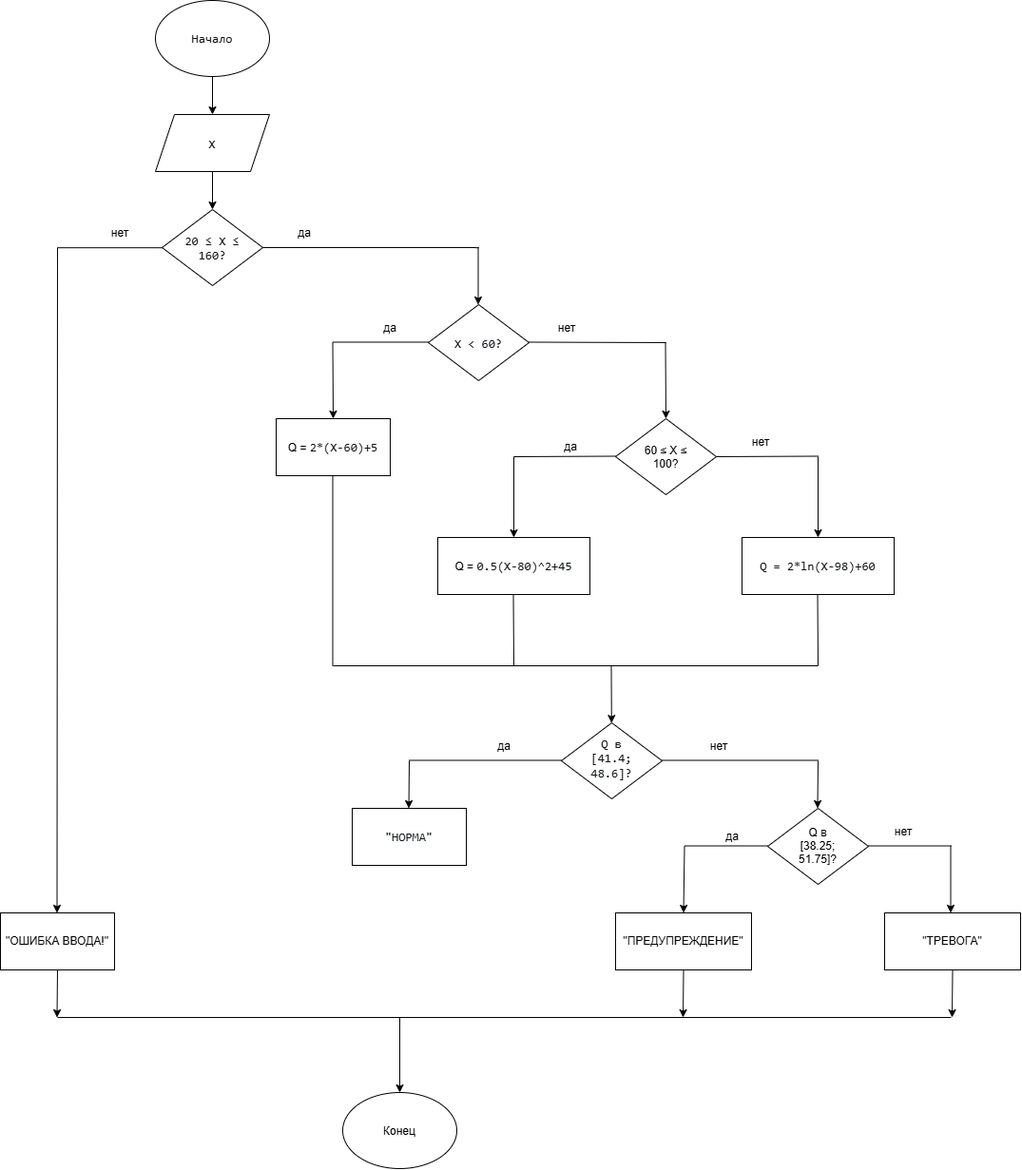
This is calculationandcontrol.drawio.png from 1izax/reactor-monitoring-variant-37, a draw.io export, as it was before one commit. Source tidied: cells renumbered, new cells last; positions are measured from the earlier drawing's top-left corner, leaving out a move shared by most shapes.
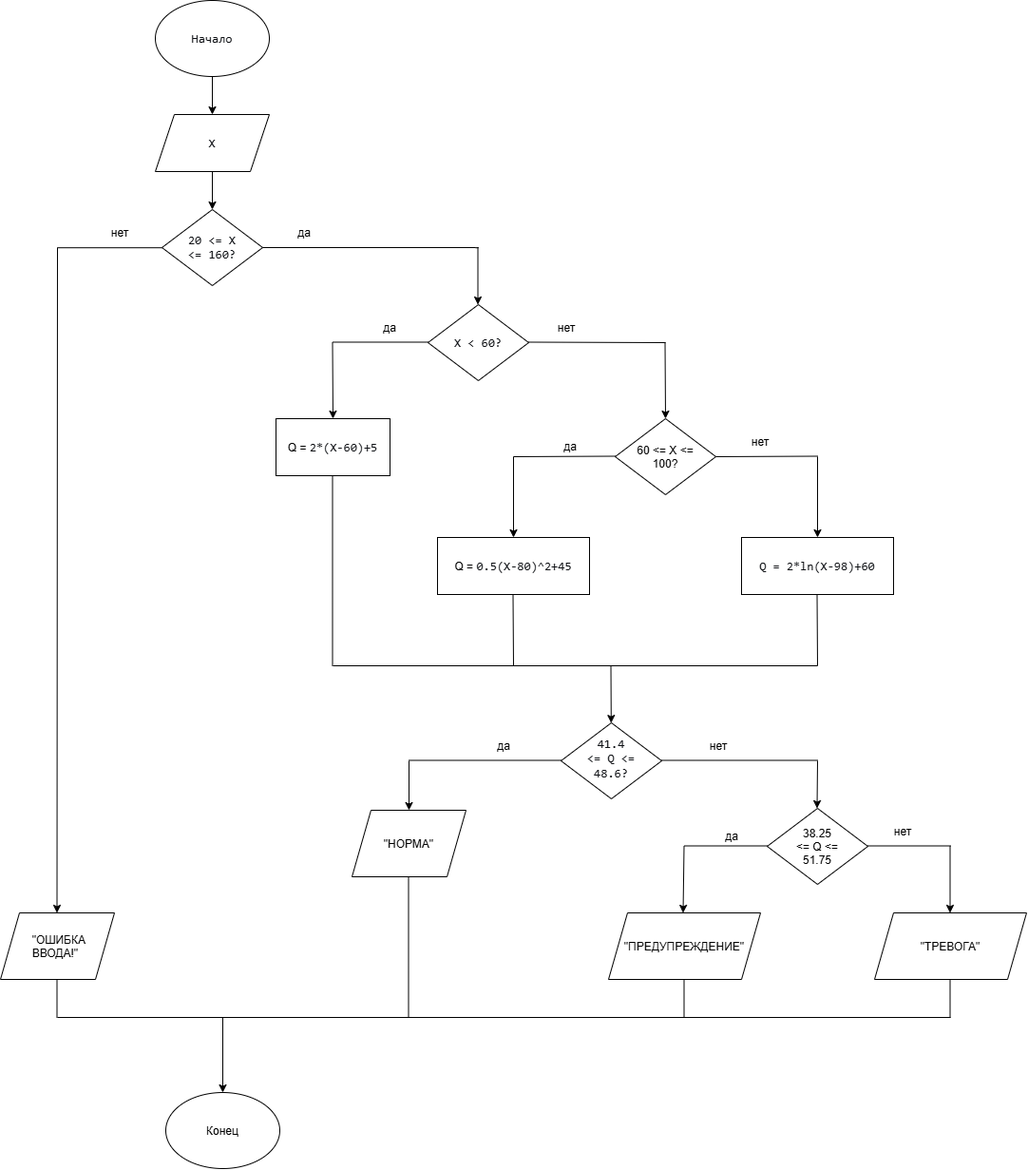
Above is the later version.

Change to the diagram source:
```diff
@@ -14,7 +14,7 @@
     <mxCell id="5" value="&lt;span style=&quot;color: light-dark(rgb(15, 17, 21), rgb(222, 223, 227)); font-family: Menlo, Monaco, Consolas, &amp;quot;Cascadia Mono&amp;quot;, &amp;quot;Ubuntu Mono&amp;quot;, &amp;quot;DejaVu Sans Mono&amp;quot;, &amp;quot;Liberation Mono&amp;quot;, &amp;quot;JetBrains Mono&amp;quot;, &amp;quot;Fira Code&amp;quot;, Cousine, &amp;quot;Roboto Mono&amp;quot;, &amp;quot;Courier New&amp;quot;, Courier, sans-serif, system-ui; font-size: 13px; text-align: start; white-space: pre-wrap; text-decoration-line: inherit; background-color: transparent;&quot;&gt;X&lt;/span&gt;" style="shape=parallelogram;perimeter=parallelogramPerimeter;whiteSpace=wrap;html=1;shapeInside=1;fixedSize=1;" parent="1" vertex="1">
       <mxGeometry x="163" y="120" width="120" height="60" as="geometry" />
     </mxCell>
-    <mxCell id="6" value="&lt;span style=&quot;color: rgb(15, 17, 21); font-family: Menlo, Monaco, Consolas, &amp;quot;Cascadia Mono&amp;quot;, &amp;quot;Ubuntu Mono&amp;quot;, &amp;quot;DejaVu Sans Mono&amp;quot;, &amp;quot;Liberation Mono&amp;quot;, &amp;quot;JetBrains Mono&amp;quot;, &amp;quot;Fira Code&amp;quot;, Cousine, &amp;quot;Roboto Mono&amp;quot;, &amp;quot;Courier New&amp;quot;, Courier, sans-serif, system-ui; font-size: 13px; text-align: start; white-space: pre-wrap; text-decoration-line: inherit; background-color: transparent;&quot;&gt;20 ≤ X ≤ 160?&lt;/span&gt;" style="rhombus;whiteSpace=wrap;html=1;shapeInside=1;" parent="1" vertex="1">
+    <mxCell id="6" value="&lt;span style=&quot;color: rgb(15, 17, 21); font-family: Menlo, Monaco, Consolas, &amp;quot;Cascadia Mono&amp;quot;, &amp;quot;Ubuntu Mono&amp;quot;, &amp;quot;DejaVu Sans Mono&amp;quot;, &amp;quot;Liberation Mono&amp;quot;, &amp;quot;JetBrains Mono&amp;quot;, &amp;quot;Fira Code&amp;quot;, Cousine, &amp;quot;Roboto Mono&amp;quot;, &amp;quot;Courier New&amp;quot;, Courier, sans-serif, system-ui; font-size: 13px; text-align: start; white-space: pre-wrap; text-decoration-line: inherit; background-color: transparent;&quot;&gt;20 &amp;lt;= X &amp;lt;= 160?&lt;/span&gt;" style="rhombus;whiteSpace=wrap;html=1;shapeInside=1;" parent="1" vertex="1">
       <mxGeometry x="170" y="220" width="106" height="80" as="geometry" />
     </mxCell>
     <mxCell id="7" value="&lt;span style=&quot;color: rgb(15, 17, 21); font-family: Menlo, Monaco, Consolas, &amp;quot;Cascadia Mono&amp;quot;, &amp;quot;Ubuntu Mono&amp;quot;, &amp;quot;DejaVu Sans Mono&amp;quot;, &amp;quot;Liberation Mono&amp;quot;, &amp;quot;JetBrains Mono&amp;quot;, &amp;quot;Fira Code&amp;quot;, Cousine, &amp;quot;Roboto Mono&amp;quot;, &amp;quot;Courier New&amp;quot;, Courier, sans-serif, system-ui; font-size: 13px; text-align: start; white-space: pre-wrap; text-decoration-line: inherit; background-color: transparent;&quot;&gt;X &amp;lt; 60?&lt;/span&gt;" style="rhombus;whiteSpace=wrap;html=1;shapeInside=1;" parent="1" vertex="1">
@@ -23,7 +23,7 @@
     <mxCell id="8" value="Q =&amp;nbsp;&lt;span style=&quot;color: rgb(15, 17, 21); font-family: Menlo, Monaco, Consolas, &amp;quot;Cascadia Mono&amp;quot;, &amp;quot;Ubuntu Mono&amp;quot;, &amp;quot;DejaVu Sans Mono&amp;quot;, &amp;quot;Liberation Mono&amp;quot;, &amp;quot;JetBrains Mono&amp;quot;, &amp;quot;Fira Code&amp;quot;, Cousine, &amp;quot;Roboto Mono&amp;quot;, &amp;quot;Courier New&amp;quot;, Courier, sans-serif, system-ui; font-size: 13px; text-align: start; white-space: pre-wrap; background-color: transparent;&quot;&gt;2*(X-60)+5&lt;/span&gt;" style="rounded=0;whiteSpace=wrap;html=1;" parent="1" vertex="1">
       <mxGeometry x="290" y="440" width="120" height="60" as="geometry" />
     </mxCell>
-    <mxCell id="9" value="60 ≤ X ≤ 100?" style="rhombus;whiteSpace=wrap;html=1;shapeInside=1;" parent="1" vertex="1">
+    <mxCell id="9" value="60 &amp;lt;= X &amp;lt;= 100?" style="rhombus;whiteSpace=wrap;html=1;shapeInside=1;" parent="1" vertex="1">
       <mxGeometry x="647" y="440" width="106" height="80" as="geometry" />
     </mxCell>
     <mxCell id="10" value="Q =&amp;nbsp;&lt;span style=&quot;color: rgb(15, 17, 21); font-family: Menlo, Monaco, Consolas, &amp;quot;Cascadia Mono&amp;quot;, &amp;quot;Ubuntu Mono&amp;quot;, &amp;quot;DejaVu Sans Mono&amp;quot;, &amp;quot;Liberation Mono&amp;quot;, &amp;quot;JetBrains Mono&amp;quot;, &amp;quot;Fira Code&amp;quot;, Cousine, &amp;quot;Roboto Mono&amp;quot;, &amp;quot;Courier New&amp;quot;, Courier, sans-serif, system-ui; font-size: 13px; text-align: start; white-space: pre-wrap; background-color: transparent;&quot;&gt;0.5(X-80)^2+45&lt;/span&gt;" style="rounded=0;whiteSpace=wrap;html=1;" parent="1" vertex="1">
@@ -116,29 +116,17 @@
         <mxPoint x="859.5" y="625" as="targetPoint" />
       </mxGeometry>
     </mxCell>
-    <mxCell id="27" value="&lt;span style=&quot;color: rgb(15, 17, 21); font-family: Menlo, Monaco, Consolas, &amp;quot;Cascadia Mono&amp;quot;, &amp;quot;Ubuntu Mono&amp;quot;, &amp;quot;DejaVu Sans Mono&amp;quot;, &amp;quot;Liberation Mono&amp;quot;, &amp;quot;JetBrains Mono&amp;quot;, &amp;quot;Fira Code&amp;quot;, Cousine, &amp;quot;Roboto Mono&amp;quot;, &amp;quot;Courier New&amp;quot;, Courier, sans-serif, system-ui; font-size: 13px; text-align: start; white-space: pre-wrap; text-decoration-line: inherit; background-color: transparent;&quot;&gt;Q в [41.4; 48.6]?&lt;/span&gt;" style="rhombus;whiteSpace=wrap;html=1;shapeInside=1;" parent="1" vertex="1">
+    <mxCell id="27" value="&lt;span style=&quot;color: rgb(15, 17, 21); font-family: Menlo, Monaco, Consolas, &amp;quot;Cascadia Mono&amp;quot;, &amp;quot;Ubuntu Mono&amp;quot;, &amp;quot;DejaVu Sans Mono&amp;quot;, &amp;quot;Liberation Mono&amp;quot;, &amp;quot;JetBrains Mono&amp;quot;, &amp;quot;Fira Code&amp;quot;, Cousine, &amp;quot;Roboto Mono&amp;quot;, &amp;quot;Courier New&amp;quot;, Courier, sans-serif, system-ui; font-size: 13px; text-align: start; white-space: pre-wrap; text-decoration-line: inherit; background-color: transparent;&quot;&gt;41.4 &amp;lt;= Q &amp;lt;= 48.6?&lt;/span&gt;" style="rhombus;whiteSpace=wrap;html=1;shapeInside=1;" parent="1" vertex="1">
       <mxGeometry x="590" y="760" width="106" height="80" as="geometry" />
     </mxCell>
-    <mxCell id="28" value="&lt;pre style=&quot;font-style: normal; font-variant: normal; font-size-adjust: none; font-language-override: normal; font-kerning: auto; font-optical-sizing: auto; font-feature-settings: normal; font-variation-settings: normal; font-stretch: normal; font-size: 13px; line-height: 22px; font-family: Menlo, Monaco, Consolas, &amp;quot;Cascadia Mono&amp;quot;, &amp;quot;Ubuntu Mono&amp;quot;, &amp;quot;DejaVu Sans Mono&amp;quot;, &amp;quot;Liberation Mono&amp;quot;, &amp;quot;JetBrains Mono&amp;quot;, &amp;quot;Fira Code&amp;quot;, Cousine, &amp;quot;Roboto Mono&amp;quot;, &amp;quot;Courier New&amp;quot;, Courier, sans-serif, system-ui; overflow: auto; white-space: pre-wrap; word-break: break-all; padding: 16px; color: rgb(15, 17, 21); text-align: start; margin: 0px !important;&quot;&gt;&quot;НОРМА&quot;&lt;/pre&gt;" style="rounded=0;whiteSpace=wrap;html=1;" parent="1" vertex="1">
-      <mxGeometry x="370" y="850" width="120" height="60" as="geometry" />
-    </mxCell>
-    <mxCell id="29" value="Q в [38.25; 51.75]?" style="rhombus;whiteSpace=wrap;html=1;shapeInside=1;" parent="1" vertex="1">
+    <mxCell id="29" value="38.25 &amp;lt;= Q &amp;lt;= 51.75" style="rhombus;whiteSpace=wrap;html=1;shapeInside=1;" parent="1" vertex="1">
       <mxGeometry x="807" y="850" width="106" height="80" as="geometry" />
     </mxCell>
-    <mxCell id="30" value="&quot;ПРЕДУПРЕЖДЕНИЕ&quot;" style="rounded=0;whiteSpace=wrap;html=1;" parent="1" vertex="1">
-      <mxGeometry x="647" y="960" width="143" height="60" as="geometry" />
-    </mxCell>
-    <mxCell id="31" value="&quot;ТРЕВОГА&quot;" style="rounded=0;whiteSpace=wrap;html=1;" parent="1" vertex="1">
-      <mxGeometry x="930" y="960" width="143" height="60" as="geometry" />
-    </mxCell>
     <mxCell id="32" style="endArrow=classic;html=1;rounded=0;" parent="1" edge="1" target="27">
       <mxGeometry relative="1" as="geometry">
         <mxPoint x="642.5" y="700" as="sourcePoint" />
       </mxGeometry>
     </mxCell>
-    <mxCell id="33" value="&quot;ОШИБКА ВВОДА!&quot;" style="rounded=0;whiteSpace=wrap;html=1;" parent="1" vertex="1">
-      <mxGeometry y="960" width="120" height="60" as="geometry" />
-    </mxCell>
     <mxCell id="34" style="endArrow=none;html=1;rounded=0;" parent="1" edge="1">
       <mxGeometry relative="1" as="geometry">
         <mxPoint x="696" y="799.5" as="sourcePoint" />
@@ -157,10 +145,9 @@
         <mxPoint x="590" y="799.5" as="targetPoint" />
       </mxGeometry>
     </mxCell>
-    <mxCell id="37" style="endArrow=classic;html=1;rounded=0;" parent="1" edge="1">
+    <mxCell id="37" style="endArrow=classic;html=1;rounded=0;" parent="1" edge="1" target="28">
       <mxGeometry relative="1" as="geometry">
         <mxPoint x="430" y="800" as="sourcePoint" />
-        <mxPoint x="429.5" y="850" as="targetPoint" />
       </mxGeometry>
     </mxCell>
     <mxCell id="38" style="endArrow=none;html=1;rounded=0;" parent="1" edge="1">
@@ -175,9 +162,10 @@
         <mxPoint x="1000" y="889.5" as="targetPoint" />
       </mxGeometry>
     </mxCell>
-    <mxCell id="40" style="endArrow=classic;html=1;rounded=0;entryX=0.5;entryY=0;entryDx=0;entryDy=0;" parent="1" edge="1" target="30">
+    <mxCell id="40" style="endArrow=classic;html=1;rounded=0;entryX=0.5;entryY=0;entryDx=0;entryDy=0;" parent="1" edge="1">
       <mxGeometry relative="1" as="geometry">
         <mxPoint x="719.5" y="890" as="sourcePoint" />
+        <mxPoint x="718.5" y="960" as="targetPoint" />
       </mxGeometry>
     </mxCell>
     <mxCell id="41" style="endArrow=classic;html=1;rounded=0;" parent="1" edge="1">
@@ -192,32 +180,14 @@
         <mxPoint x="1000" y="1070" as="targetPoint" />
       </mxGeometry>
     </mxCell>
-    <mxCell id="43" style="endArrow=classic;html=1;rounded=0;" parent="1" edge="1">
-      <mxGeometry relative="1" as="geometry">
-        <mxPoint x="60" y="1020" as="sourcePoint" />
-        <mxPoint x="59.5" y="1070" as="targetPoint" />
-      </mxGeometry>
-    </mxCell>
-    <mxCell id="44" style="endArrow=classic;html=1;rounded=0;" parent="1" edge="1">
-      <mxGeometry relative="1" as="geometry">
-        <mxPoint x="718.5" y="1020" as="sourcePoint" />
-        <mxPoint x="718" y="1070" as="targetPoint" />
-      </mxGeometry>
-    </mxCell>
-    <mxCell id="45" style="endArrow=classic;html=1;rounded=0;" parent="1" edge="1">
-      <mxGeometry relative="1" as="geometry">
-        <mxPoint x="1001.5" y="1020" as="sourcePoint" />
-        <mxPoint x="1001" y="1070" as="targetPoint" />
-      </mxGeometry>
-    </mxCell>
     <mxCell id="46" style="endArrow=classic;html=1;rounded=0;entryX=0.5;entryY=0;entryDx=0;entryDy=0;" parent="1" edge="1">
       <mxGeometry relative="1" as="geometry">
-        <mxPoint x="420" y="1070" as="sourcePoint" />
-        <mxPoint x="420" y="1149" as="targetPoint" />
+        <mxPoint x="234" y="1070" as="sourcePoint" />
+        <mxPoint x="234" y="1149" as="targetPoint" />
       </mxGeometry>
     </mxCell>
     <mxCell id="47" value="Конец" style="ellipse;whiteSpace=wrap;html=1;shapeInside=1;" parent="1" vertex="1">
-      <mxGeometry x="360" y="1149" width="120" height="80" as="geometry" />
+      <mxGeometry x="174" y="1149" width="120" height="80" as="geometry" />
     </mxCell>
     <mxCell id="48" style="endArrow=none;html=1;rounded=0;" parent="1" edge="1">
       <mxGeometry relative="1" as="geometry">
@@ -261,5 +231,41 @@
     <mxCell id="59" value="нет" style="text;html=1;whiteSpace=wrap;strokeColor=none;fillColor=none;align=center;verticalAlign=middle;rounded=0;" parent="1" vertex="1">
       <mxGeometry x="920" y="860" width="60" height="30" as="geometry" />
     </mxCell>
+    <mxCell id="33" value="&quot;ОШИБКА ВВОДА!&quot;" style="shape=parallelogram;perimeter=parallelogramPerimeter;whiteSpace=wrap;html=1;shapeInside=1;fixedSize=1;" parent="1" vertex="1">
+      <mxGeometry y="960" width="120" height="70" as="geometry" />
+    </mxCell>
+    <mxCell id="28" value="&quot;НОРМА&quot;" style="shape=parallelogram;perimeter=parallelogramPerimeter;whiteSpace=wrap;html=1;shapeInside=1;fixedSize=1;" parent="1" vertex="1">
+      <mxGeometry x="370" y="852" width="120" height="70" as="geometry" />
+    </mxCell>
+    <mxCell id="30" value="&quot;ПРЕДУПРЕЖДЕНИЕ&quot;" style="shape=parallelogram;perimeter=parallelogramPerimeter;whiteSpace=wrap;html=1;shapeInside=1;fixedSize=1;" parent="1" vertex="1">
+      <mxGeometry x="640" y="960" width="160" height="70" as="geometry" />
+    </mxCell>
+    <mxCell id="31" value="&quot;ТРЕВОГА&quot;" style="shape=parallelogram;perimeter=parallelogramPerimeter;whiteSpace=wrap;html=1;shapeInside=1;fixedSize=1;" parent="1" vertex="1">
+      <mxGeometry x="920" y="960" width="160" height="70" as="geometry" />
+    </mxCell>
+    <mxCell id="60" style="endArrow=none;html=1;rounded=0;" parent="1" edge="1">
+      <mxGeometry relative="1" as="geometry">
+        <mxPoint x="999.5" y="1070" as="sourcePoint" />
+        <mxPoint x="999.5" y="1030" as="targetPoint" />
+      </mxGeometry>
+    </mxCell>
+    <mxCell id="61" style="endArrow=none;html=1;rounded=0;" parent="1" edge="1">
+      <mxGeometry relative="1" as="geometry">
+        <mxPoint x="719.5" y="1070" as="sourcePoint" />
+        <mxPoint x="719.5" y="1030" as="targetPoint" />
+      </mxGeometry>
+    </mxCell>
+    <mxCell id="62" style="endArrow=none;html=1;rounded=0;" parent="1" edge="1">
+      <mxGeometry relative="1" as="geometry">
+        <mxPoint x="59.5" y="1070" as="sourcePoint" />
+        <mxPoint x="59.5" y="1030" as="targetPoint" />
+      </mxGeometry>
+    </mxCell>
+    <mxCell id="63" style="endArrow=none;html=1;rounded=0;" parent="1" edge="1">
+      <mxGeometry relative="1" as="geometry">
+        <mxPoint x="429.5" y="1070" as="sourcePoint" />
+        <mxPoint x="429.5" y="922" as="targetPoint" />
+      </mxGeometry>
+    </mxCell>
   </root>
 </mxGraphModel>
```
